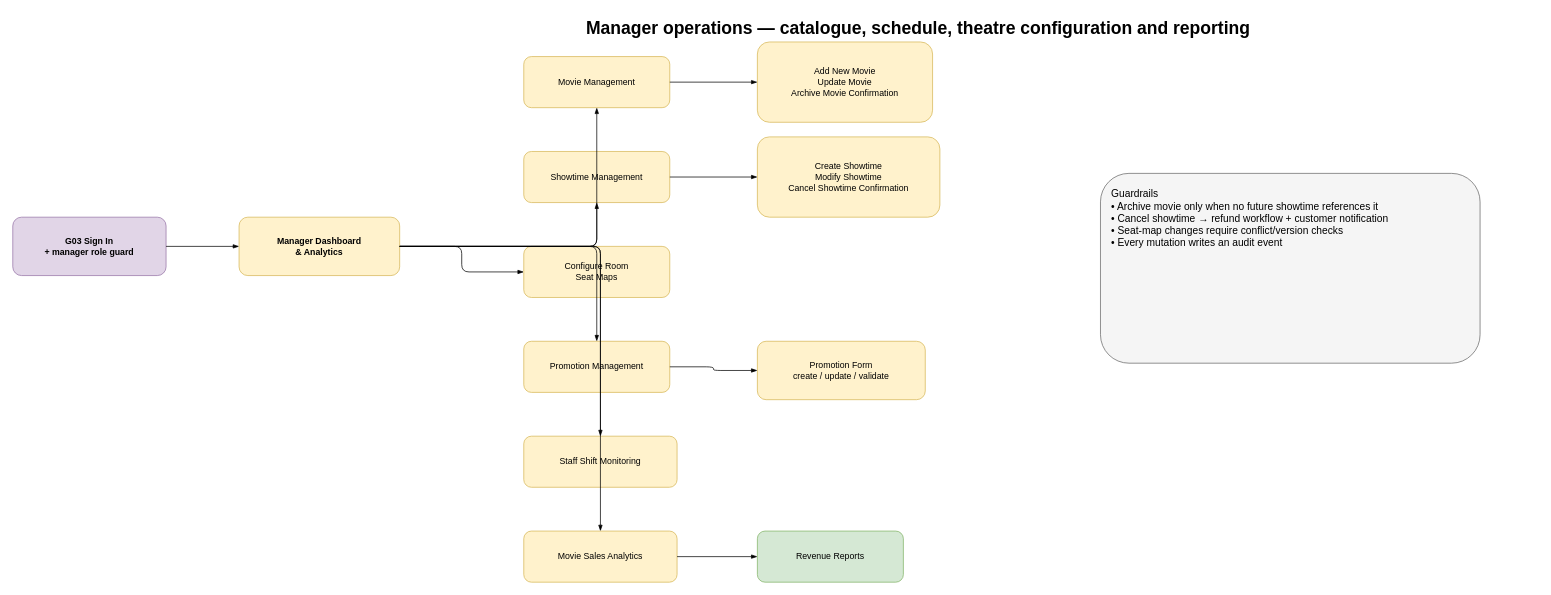
Above: page "04 - Manager Operations" (4 of 5) of docs/screen-flow.drawio in hieutrungg/WDP301 (draw.io), before the change. Source tidied: cells renumbered, new cells numbered last; positions are measured from the earlier drawing's top-left corner, leaving out a move shared by most shapes. Both pictures are drawn from the tidied source at 73%, with x=0, y=0 at pixel (12, 12).
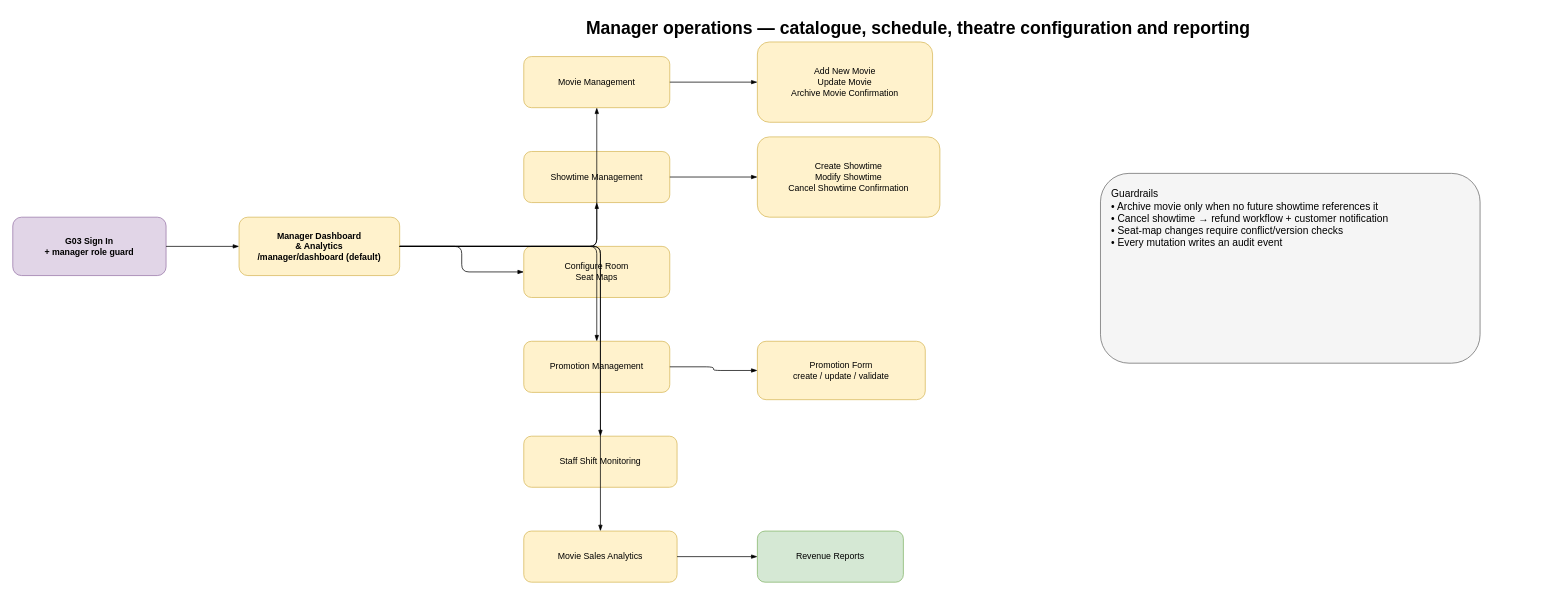
The same page after the edit.

Diff of the diagram source:
```diff
@@
-    <mxCell id="4" value="Manager Dashboard&#10;&amp; Analytics" style="rounded=1;whiteSpace=wrap;html=1;fillColor=#fff2cc;strokeColor=#d6b656;fontStyle=1;" parent="1" vertex="1">
+    <mxCell id="4" value="Manager Dashboard&#10;&amp; Analytics&#10;/manager/dashboard (default)" style="rounded=1;whiteSpace=wrap;html=1;fillColor=#fff2cc;strokeColor=#d6b656;fontStyle=1;" parent="1" vertex="1">
       <mxGeometry x="310" y="280" width="220" height="80" as="geometry" />
     </mxCell>
```
